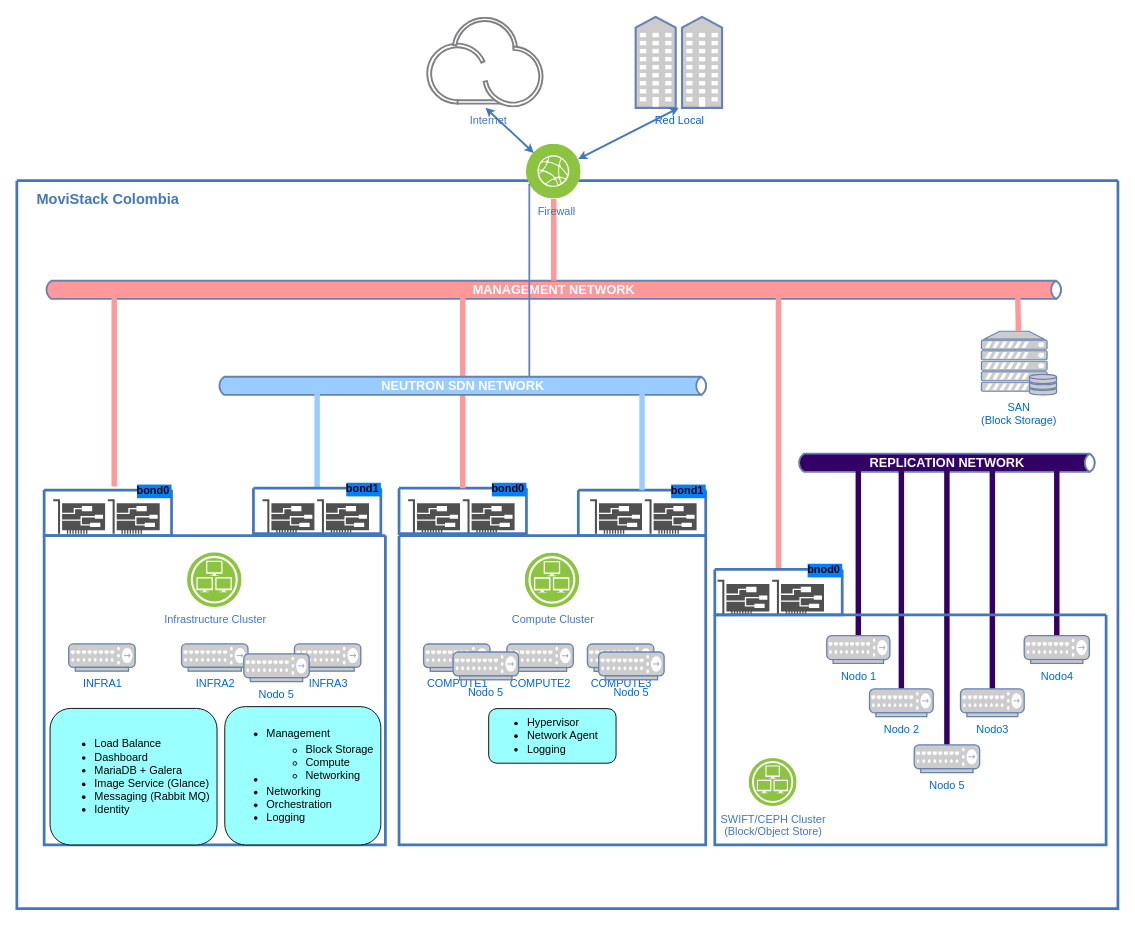
Before: MOVISTACK-OpenStack.drawio in Celera/postfix, a draw.io diagram. Source tidied: cells renumbered, new cells numbered last; positions are measured from the earlier drawing's top-left corner, leaving out a move shared by most shapes. Both pictures are drawn from the tidied source at 91%, with x=0, y=0 at pixel (16, 16).
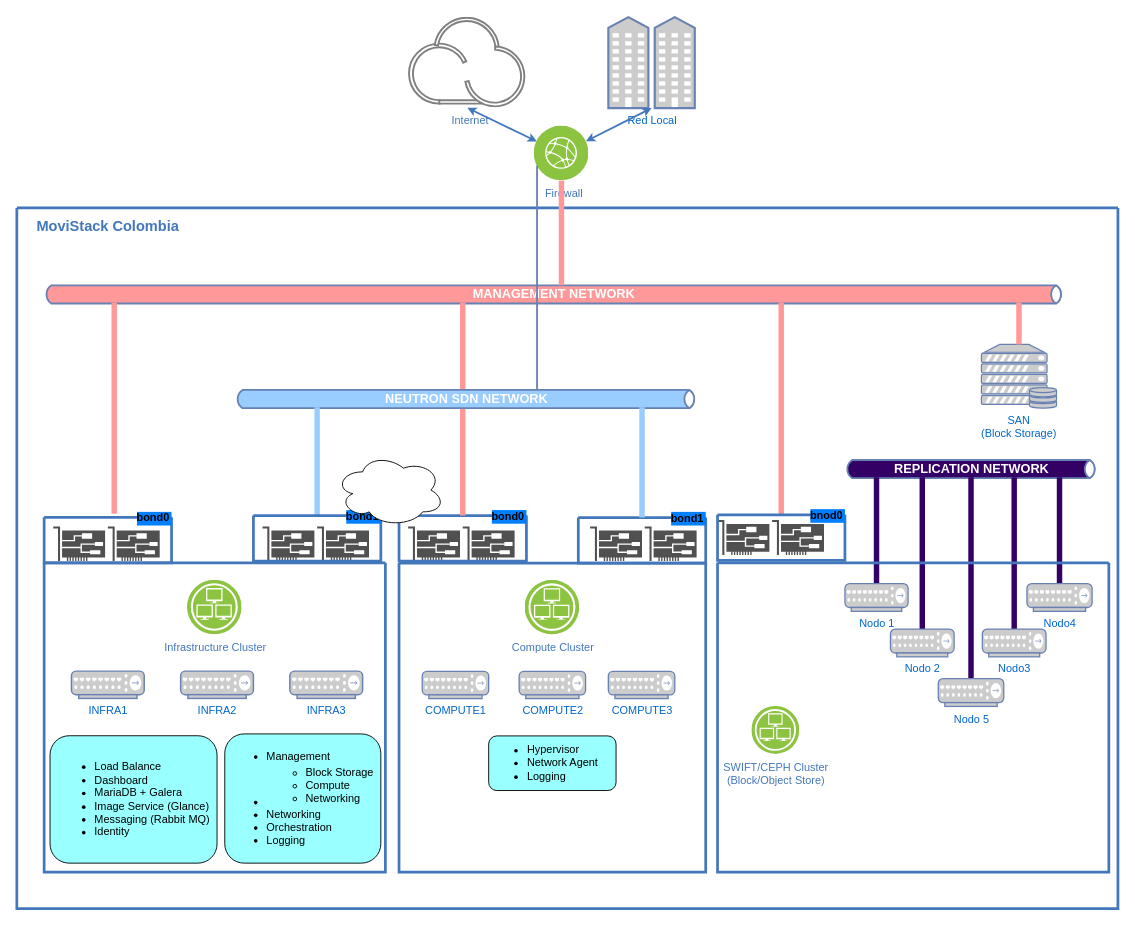
The same diagram, later.

Unchanged cells that the change refers to:
```xml
<mxCell id="5" style="swimlane;shadow=0;labelBackgroundColor=#007FFF;strokeColor=#4277BB;fillColor=none;gradientColor=none;fontColor=#000000;align=right;startSize=0;strokeWidth=3;" parent="2" vertex="1">
  <mxGeometry x="30" y="390" width="375" height="340" as="geometry" />
</mxCell>
<mxCell id="13" style="swimlane;shadow=0;labelBackgroundColor=#007FFF;strokeColor=#4277BB;fillColor=none;gradientColor=none;fontColor=#000000;align=right;startSize=0;strokeWidth=3;" parent="12" vertex="1">
  <mxGeometry x="-10" y="60.2" width="337" height="339.8" as="geometry" />
</mxCell>
<mxCell id="25" value="bond0" style="swimlane;shadow=0;labelBackgroundColor=#007FFF;strokeColor=#4277BB;fillColor=none;gradientColor=none;fontColor=#000000;align=right;startSize=0;strokeWidth=3;" parent="12" vertex="1">
  <mxGeometry x="-10" y="8" width="140" height="50" as="geometry" />
</mxCell>
<mxCell id="61" value="bond0" style="swimlane;shadow=0;labelBackgroundColor=#007FFF;strokeColor=#4277BB;fillColor=none;gradientColor=none;fontColor=#000000;align=right;startSize=0;strokeWidth=3;" parent="2" vertex="1">
  <mxGeometry x="30" y="340" width="140" height="50" as="geometry" />
</mxCell>
<mxCell id="63" value="bond1" style="swimlane;shadow=0;labelBackgroundColor=#007FFF;strokeColor=#4277BB;fillColor=none;gradientColor=none;fontColor=#000000;align=right;startSize=0;strokeWidth=3;" parent="2" vertex="1">
  <mxGeometry x="260" y="338" width="140" height="50" as="geometry" />
</mxCell>
```

The edit, as a diff of the source:
```diff
@@
     <mxCell id="2" value="d" style="swimlane;shadow=0;strokeColor=#4277BB;fillColor=#ffffff;fontColor=none;align=right;startSize=0;noLabel=1;strokeWidth=3;" parent="1" vertex="1">
-      <mxGeometry y="180" width="1210" height="800" as="geometry" />
+      <mxGeometry y="210" width="1210" height="770" as="geometry" />
     </mxCell>
@@
     <mxCell id="7" value="INFRA1" style="fontColor=#0066CC;verticalAlign=top;verticalLabelPosition=bottom;labelPosition=center;align=center;html=1;fillColor=#CCCCCC;strokeColor=#6881B3;gradientColor=none;gradientDirection=north;strokeWidth=2;shape=mxgraph.networks.hub;" parent="5" vertex="1">
-      <mxGeometry x="27" y="119" width="73" height="30" as="geometry" />
+      <mxGeometry x="30" y="119" width="80" height="30" as="geometry" />
     </mxCell>
     <mxCell id="8" value="INFRA3" style="fontColor=#0066CC;verticalAlign=top;verticalLabelPosition=bottom;labelPosition=center;align=center;html=1;fillColor=#CCCCCC;strokeColor=#6881B3;gradientColor=none;gradientDirection=north;strokeWidth=2;shape=mxgraph.networks.hub;" parent="5" vertex="1">
-      <mxGeometry x="275" y="119" width="73" height="30" as="geometry" />
+      <mxGeometry x="270" y="119" width="80" height="30" as="geometry" />
     </mxCell>
     <mxCell id="9" value="INFRA2" style="fontColor=#0066CC;verticalAlign=top;verticalLabelPosition=bottom;labelPosition=center;align=center;html=1;fillColor=#CCCCCC;strokeColor=#6881B3;gradientColor=none;gradientDirection=north;strokeWidth=2;shape=mxgraph.networks.hub;" parent="5" vertex="1">
-      <mxGeometry x="151" y="119" width="73" height="30" as="geometry" />
+      <mxGeometry x="150" y="119" width="80" height="30" as="geometry" />
     </mxCell>
     <mxCell id="10" value="&lt;div align=&quot;left&quot;&gt;&lt;ul&gt;&lt;li&gt;Load Balance&lt;/li&gt;&lt;li&gt;Dashboard&lt;/li&gt;&lt;li&gt;MariaDB + Galera&lt;/li&gt;&lt;li&gt;Image Service (Glance)&lt;/li&gt;&lt;li&gt;Messaging (Rabbit MQ)&lt;/li&gt;&lt;li&gt;Identity &lt;/li&gt;&lt;/ul&gt;&lt;/div&gt;" style="shape=ext;rounded=1;html=1;whiteSpace=wrap;fillColor=#99FFFF;" parent="5" vertex="1">
-      <mxGeometry x="6.5" y="190" width="183.5" height="150" as="geometry" />
+      <mxGeometry x="6.5" y="190" width="183.5" height="140" as="geometry" />
     </mxCell>
     <mxCell id="11" value="&lt;div align=&quot;left&quot;&gt;&lt;ul&gt;&lt;li&gt;Management&lt;/li&gt;&lt;li&gt;&lt;table&gt;&lt;tbody&gt;&lt;tr&gt;&lt;td&gt;&lt;ul&gt;&lt;li&gt;Block Storage&lt;/li&gt;&lt;li&gt;Compute&lt;/li&gt;&lt;li&gt;Networking&lt;/li&gt;&lt;/ul&gt;&lt;/td&gt;&lt;/tr&gt;&lt;/tbody&gt;&lt;/table&gt;&lt;/li&gt;&lt;li&gt;Networking&lt;/li&gt;&lt;li&gt;Orchestration&lt;/li&gt;&lt;li&gt;Logging&lt;/li&gt;&lt;/ul&gt;&lt;/div&gt;" style="shape=ext;rounded=1;html=1;whiteSpace=wrap;fillColor=#99FFFF;" parent="5" vertex="1">
-      <mxGeometry x="198.5" y="188" width="171.5" height="152" as="geometry" />
+      <mxGeometry x="198.5" y="188" width="171.5" height="142" as="geometry" />
     </mxCell>
@@
     <mxCell id="15" value="COMPUTE1" style="fontColor=#0066CC;verticalAlign=top;verticalLabelPosition=bottom;labelPosition=center;align=center;html=1;fillColor=#CCCCCC;strokeColor=#6881B3;gradientColor=none;gradientDirection=north;strokeWidth=2;shape=mxgraph.networks.hub;" parent="13" vertex="1">
-      <mxGeometry x="27" y="119" width="73" height="30" as="geometry" />
+      <mxGeometry x="25.5" y="119" width="73" height="30" as="geometry" />
     </mxCell>
     <mxCell id="16" value="COMPUTE3" style="fontColor=#0066CC;verticalAlign=top;verticalLabelPosition=bottom;labelPosition=center;align=center;html=1;fillColor=#CCCCCC;strokeColor=#6881B3;gradientColor=none;gradientDirection=north;strokeWidth=2;shape=mxgraph.networks.hub;" parent="13" vertex="1">
-      <mxGeometry x="207" y="119" width="73" height="30" as="geometry" />
+      <mxGeometry x="230" y="119" width="73" height="30" as="geometry" />
     </mxCell>
     <mxCell id="17" value="COMPUTE2" style="fontColor=#0066CC;verticalAlign=top;verticalLabelPosition=bottom;labelPosition=center;align=center;html=1;fillColor=#CCCCCC;strokeColor=#6881B3;gradientColor=none;gradientDirection=north;strokeWidth=2;shape=mxgraph.networks.hub;" parent="13" vertex="1">
-      <mxGeometry x="118.5" y="119" width="73" height="30" as="geometry" />
+      <mxGeometry x="132" y="119" width="73" height="30" as="geometry" />
     </mxCell>
@@
-    <mxCell id="26" value="Nodo 5" style="fontColor=#0066CC;verticalAlign=top;verticalLabelPosition=bottom;labelPosition=center;align=center;html=1;fillColor=#CCCCCC;strokeColor=#6881B3;gradientColor=none;gradientDirection=north;strokeWidth=2;shape=mxgraph.networks.hub;" parent="25" vertex="1">
-      <mxGeometry x="219.4" y="180" width="71.9" height="30.5" as="geometry" />
-    </mxCell>
@@
     <mxCell id="30" value="&lt;div&gt;SAN &lt;br&gt;&lt;/div&gt;&lt;div&gt;(Block Storage)&lt;/div&gt;" style="fontColor=#0066CC;verticalAlign=top;verticalLabelPosition=bottom;labelPosition=center;align=center;html=1;outlineConnect=0;fillColor=#CCCCCC;strokeColor=#6881B3;gradientColor=none;gradientDirection=north;strokeWidth=2;shape=mxgraph.networks.server_storage;" parent="2" vertex="1">
-      <mxGeometry x="1060" y="165.5" width="82.5" height="70" as="geometry" />
+      <mxGeometry x="1060" y="150" width="82.5" height="70" as="geometry" />
     </mxCell>
     <mxCell id="31" value="&lt;font style=&quot;font-size: 14px&quot;&gt;&lt;b&gt;MANAGEMENT NETWORK&lt;/b&gt;&lt;/font&gt;" style="html=1;fillColor=#FF9999;strokeColor=#6881B3;gradientColor=none;gradientDirection=north;strokeWidth=2;shape=mxgraph.networks.bus;gradientColor=none;gradientDirection=north;fontColor=#ffffff;perimeter=backbonePerimeter;backboneSize=20;" parent="2" vertex="1">
-      <mxGeometry x="30" y="110" width="1120" height="20" as="geometry" />
+      <mxGeometry x="30" y="60" width="1120" height="70" as="geometry" />
     </mxCell>
-    <mxCell id="32" style="strokeColor=#FF9999;edgeStyle=none;rounded=0;endArrow=none;html=1;strokeWidth=6;exitX=0.5;exitY=1;exitDx=0;exitDy=0;" parent="2" edge="1" source="36" target="31">
-      <mxGeometry relative="1" as="geometry" />
-    </mxCell>
@@
-    <mxCell id="36" value="Firewall" style="perimeter=ellipsePerimeter;html=1;align=center;shadow=0;image;image=img/lib/ibm/infrastructure/edge_services.svg;labelBackgroundColor=none;strokeColor=none;strokeWidth=2;fillColor=#808080;gradientColor=none;fontSize=12;fontColor=#4277BB;rounded=0;verticalAlign=top;spacingLeft=5;" parent="2" vertex="1">
-      <mxGeometry x="560" y="-40" width="60" height="60" as="geometry" />
-    </mxCell>
     <mxCell id="37" value="&lt;b&gt;&lt;font style=&quot;font-size: 14px&quot;&gt;NEUTRON SDN NETWORK&lt;/font&gt;&lt;/b&gt;" style="html=1;fillColor=#99CCFF;strokeColor=#6881B3;gradientColor=none;gradientDirection=north;strokeWidth=2;shape=mxgraph.networks.bus;gradientColor=none;gradientDirection=north;fontColor=#ffffff;perimeter=backbonePerimeter;backboneSize=20;" parent="2" vertex="1">
-      <mxGeometry x="220" y="215.5" width="540" height="20" as="geometry" />
+      <mxGeometry x="240" y="200" width="507" height="20" as="geometry" />
     </mxCell>
-    <mxCell id="38" style="strokeColor=#6881B3;edgeStyle=none;rounded=0;endArrow=none;html=1;strokeWidth=2;exitX=0;exitY=0.75;exitDx=0;exitDy=0;" parent="2" edge="1" source="36" target="37">
-      <mxGeometry relative="1" as="geometry" />
-    </mxCell>
@@
-    <mxCell id="41" style="strokeColor=#FF9999;edgeStyle=none;rounded=0;endArrow=none;html=1;strokeWidth=6;" parent="2" edge="1" source="30">
-      <mxGeometry relative="1" as="geometry">
-        <mxPoint x="1100" y="129" as="targetPoint" />
-      </mxGeometry>
+    <mxCell id="41" style="strokeColor=#FF9999;edgeStyle=none;rounded=0;endArrow=none;html=1;strokeWidth=6;" parent="2" edge="1" source="30" target="31">
+      <mxGeometry relative="1" as="geometry" />
     </mxCell>
     <mxCell id="42" value="&lt;b&gt;&lt;font style=&quot;font-size: 14px&quot;&gt;REPLICATION NETWORK&lt;/font&gt;&lt;/b&gt;" style="html=1;fillColor=#330066;strokeColor=#6881B3;gradientColor=none;gradientDirection=north;strokeWidth=2;shape=mxgraph.networks.bus;gradientColor=none;gradientDirection=north;fontColor=#ffffff;perimeter=backbonePerimeter;backboneSize=20;" parent="2" vertex="1">
-      <mxGeometry x="857" y="300" width="330" height="20" as="geometry" />
+      <mxGeometry x="910" y="230" width="277" height="114" as="geometry" />
     </mxCell>
@@
     <mxCell id="48" style="swimlane;shadow=0;labelBackgroundColor=#007FFF;strokeColor=#4277BB;fillColor=none;gradientColor=none;fontColor=#000000;align=right;startSize=0;strokeWidth=3;" parent="2" vertex="1">
-      <mxGeometry x="767" y="477.2" width="430" height="252.8" as="geometry" />
+      <mxGeometry x="770" y="390" width="430" height="340" as="geometry" />
     </mxCell>
     <mxCell id="49" value="Nodo 1" style="fontColor=#0066CC;verticalAlign=top;verticalLabelPosition=bottom;labelPosition=center;align=center;html=1;outlineConnect=0;fillColor=#CCCCCC;strokeColor=#6881B3;gradientColor=none;gradientDirection=north;strokeWidth=2;shape=mxgraph.networks.hub;" parent="48" vertex="1">
-      <mxGeometry x="123" y="22.8" width="69.4" height="30.5" as="geometry" />
+      <mxGeometry x="140" y="22.8" width="69.4" height="30.5" as="geometry" />
     </mxCell>
     <mxCell id="50" value="&lt;div&gt;Nodo 2&lt;/div&gt;&lt;div&gt;&lt;br&gt;&lt;/div&gt;" style="fontColor=#0066CC;verticalAlign=top;verticalLabelPosition=bottom;labelPosition=center;align=center;html=1;outlineConnect=0;fillColor=#CCCCCC;strokeColor=#6881B3;gradientColor=none;gradientDirection=north;strokeWidth=2;shape=mxgraph.networks.hub;" parent="48" vertex="1">
-      <mxGeometry x="170" y="81.3" width="70" height="30.5" as="geometry" />
+      <mxGeometry x="190" y="72.8" width="70" height="30.5" as="geometry" />
     </mxCell>
     <mxCell id="51" value="Nodo 5" style="fontColor=#0066CC;verticalAlign=top;verticalLabelPosition=bottom;labelPosition=center;align=center;html=1;outlineConnect=0;fillColor=#CCCCCC;strokeColor=#6881B3;gradientColor=none;gradientDirection=north;strokeWidth=2;shape=mxgraph.networks.hub;" parent="48" vertex="1">
-      <mxGeometry x="219.1" y="142.8" width="71.9" height="30.5" as="geometry" />
+      <mxGeometry x="242.6" y="127.3" width="71.9" height="30.5" as="geometry" />
     </mxCell>
@@
     <mxCell id="53" value="Nodo3" style="fontColor=#0066CC;verticalAlign=top;verticalLabelPosition=bottom;labelPosition=center;align=center;html=1;outlineConnect=0;fillColor=#CCCCCC;strokeColor=#6881B3;gradientColor=none;gradientDirection=north;strokeWidth=2;shape=mxgraph.networks.hub;" parent="48" vertex="1">
-      <mxGeometry x="270" y="81.3" width="70" height="30.5" as="geometry" />
+      <mxGeometry x="291" y="72.8" width="70" height="30.5" as="geometry" />
     </mxCell>
@@
-    <mxCell id="55" style="group;" parent="2" vertex="1">
-      <mxGeometry x="770" y="438.6" width="117" height="38.6" as="geometry" />
-    </mxCell>
-    <mxCell id="56" style="shadow=0;dashed=0;html=1;strokeColor=none;fillColor=#505050;labelPosition=center;verticalLabelPosition=bottom;verticalAlign=top;align=center;shape=mxgraph.office.devices.nic;" parent="55" vertex="1">
-      <mxGeometry width="57" height="38.6" as="geometry" />
-    </mxCell>
-    <mxCell id="57" style="shadow=0;dashed=0;html=1;strokeColor=none;fillColor=#505050;labelPosition=center;verticalLabelPosition=bottom;verticalAlign=top;align=center;shape=mxgraph.office.devices.nic;" parent="55" vertex="1">
-      <mxGeometry x="60" width="57" height="38.6" as="geometry" />
-    </mxCell>
@@
-    <mxCell id="62" value="Nodo 5" style="fontColor=#0066CC;verticalAlign=top;verticalLabelPosition=bottom;labelPosition=center;align=center;html=1;fillColor=#CCCCCC;strokeColor=#6881B3;gradientColor=none;gradientDirection=north;strokeWidth=2;shape=mxgraph.networks.hub;" parent="61" vertex="1">
-      <mxGeometry x="219.4" y="180" width="71.9" height="30.5" as="geometry" />
-    </mxCell>
@@
-    <mxCell id="64" value="Nodo 5" style="fontColor=#0066CC;verticalAlign=top;verticalLabelPosition=bottom;labelPosition=center;align=center;html=1;fillColor=#CCCCCC;strokeColor=#6881B3;gradientColor=none;gradientDirection=north;strokeWidth=2;shape=mxgraph.networks.hub;" parent="63" vertex="1">
-      <mxGeometry x="219.4" y="180" width="71.9" height="30.5" as="geometry" />
-    </mxCell>
+    <mxCell id="55" style="group;" parent="2" vertex="1">
+      <mxGeometry x="770" y="342.9" width="140" height="44.3" as="geometry" />
+    </mxCell>
+    <mxCell id="56" style="shadow=0;dashed=0;html=1;strokeColor=none;fillColor=#505050;labelPosition=center;verticalLabelPosition=bottom;verticalAlign=top;align=center;shape=mxgraph.office.devices.nic;" parent="55" vertex="1">
+      <mxGeometry width="57" height="38.6" as="geometry" />
+    </mxCell>
+    <mxCell id="57" style="shadow=0;dashed=0;html=1;strokeColor=none;fillColor=#505050;labelPosition=center;verticalLabelPosition=bottom;verticalAlign=top;align=center;shape=mxgraph.office.devices.nic;" parent="55" vertex="1">
+      <mxGeometry x="60" width="57" height="38.6" as="geometry" />
+    </mxCell>
-    <mxCell id="65" value="bnod0" style="swimlane;shadow=0;labelBackgroundColor=#007FFF;strokeColor=#4277BB;fillColor=none;gradientColor=none;fontColor=#000000;align=right;startSize=0;strokeWidth=3;" parent="2" vertex="1">
-      <mxGeometry x="767" y="427.2" width="140" height="50" as="geometry" />
+    <mxCell id="65" value="bnod0" style="swimlane;shadow=0;labelBackgroundColor=#007FFF;strokeColor=#4277BB;fillColor=none;gradientColor=none;fontColor=#000000;align=right;startSize=0;strokeWidth=3;" parent="55" vertex="1">
+      <mxGeometry y="-5.7" width="140" height="50" as="geometry" />
     </mxCell>
     <mxCell id="66" value="&lt;div&gt;Internet&lt;/div&gt;&lt;div&gt;&lt;br&gt;&lt;/div&gt;" style="perimeter=ellipsePerimeter;html=1;align=center;shadow=0;image;image=img/lib/ibm/miscellaneous/ibm_public_cloud.svg;labelBackgroundColor=none;strokeColor=none;strokeWidth=2;fillColor=#808080;gradientColor=none;fontSize=12;fontColor=#4277BB;rounded=0;verticalAlign=top;spacingLeft=5;labelPosition=center;verticalLabelPosition=bottom;" parent="1" vertex="1">
-      <mxGeometry x="450" y="0.3" width="130" height="99.7" as="geometry" />
+      <mxGeometry x="430" y="0.3" width="130" height="99.7" as="geometry" />
     </mxCell>
     <mxCell id="67" value="Red Local" style="fontColor=#0066CC;verticalAlign=top;verticalLabelPosition=bottom;labelPosition=center;align=center;html=1;outlineConnect=0;fillColor=#CCCCCC;strokeColor=#6881B3;gradientColor=none;gradientDirection=north;strokeWidth=2;shape=mxgraph.networks.community;" parent="1" vertex="1">
-      <mxGeometry x="680" width="95" height="100" as="geometry" />
+      <mxGeometry x="650" y="0.3" width="95" height="100" as="geometry" />
     </mxCell>
@@
+    <mxCell id="70" style="ellipse;shape=cloud;whiteSpace=wrap;html=1;" parent="1" vertex="1">
+      <mxGeometry x="350" y="480" width="120" height="80" as="geometry" />
+    </mxCell>
+    <mxCell id="36" value="Firewall" style="perimeter=ellipsePerimeter;html=1;align=center;shadow=0;image;image=img/lib/ibm/infrastructure/edge_services.svg;labelBackgroundColor=none;strokeColor=none;strokeWidth=2;fillColor=#808080;gradientColor=none;fontSize=12;fontColor=#4277BB;rounded=0;verticalAlign=top;spacingLeft=5;" parent="1" vertex="1">
+      <mxGeometry x="568.5" y="120" width="60" height="60" as="geometry" />
+    </mxCell>
+    <mxCell id="32" style="strokeColor=#FF9999;edgeStyle=none;rounded=0;endArrow=none;html=1;strokeWidth=6;exitX=0.5;exitY=1;exitDx=0;exitDy=0;" parent="1" edge="1" source="36" target="31">
+      <mxGeometry relative="1" as="geometry" />
+    </mxCell>
+    <mxCell id="38" style="strokeColor=#6881B3;edgeStyle=none;rounded=0;endArrow=none;html=1;strokeWidth=2;exitX=0;exitY=0.75;exitDx=0;exitDy=0;" parent="1" edge="1" source="36" target="37">
+      <mxGeometry relative="1" as="geometry" />
+    </mxCell>
```
